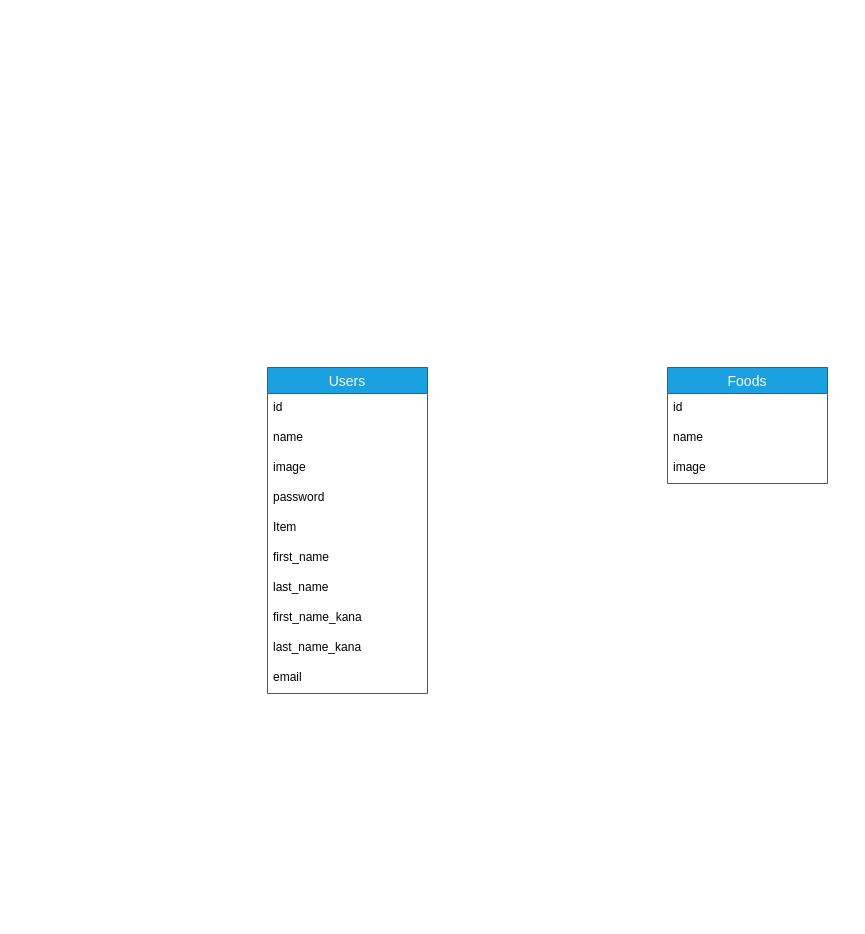
This is DB.dio from kiiii8r/Cooking_memo, a draw.io file, before an edit. Source tidied: cells renumbered, new cells numbered last; positions are measured from the earlier drawing's top-left corner, leaving out a move shared by most shapes. Both pictures are drawn from the tidied source at 100%, with x=0, y=0 at pixel (267, 367).
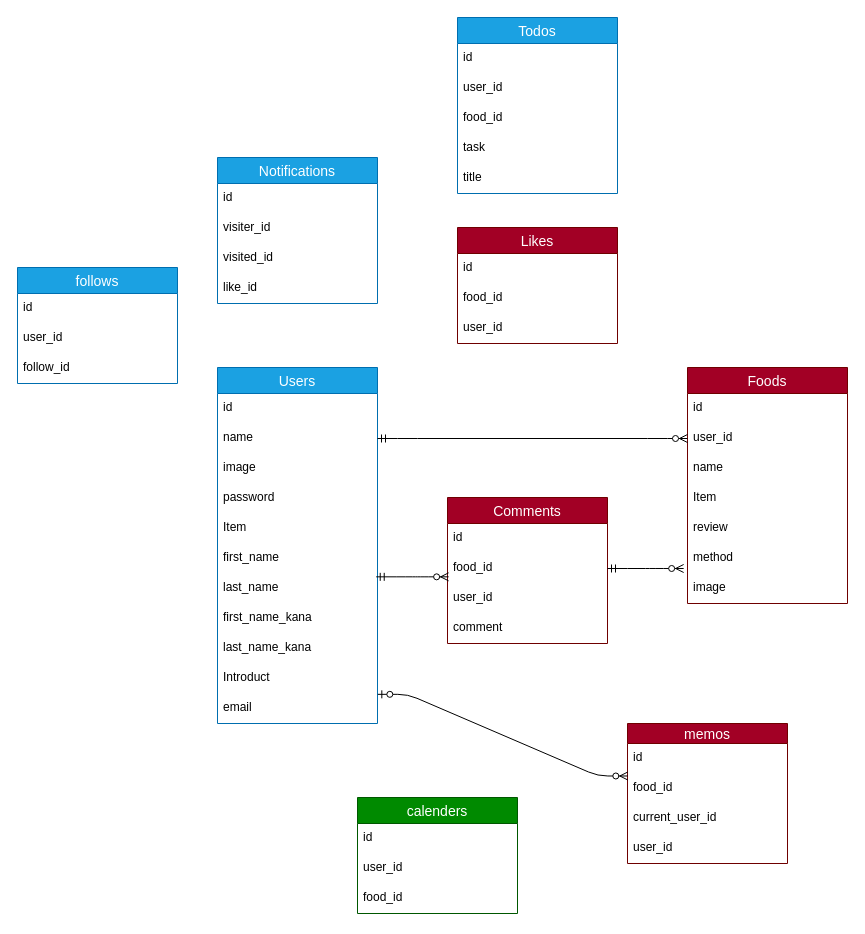
The same page after the edit.

The change refers to these unchanged cells:
```xml
<mxCell id="4" value="name" style="text;strokeColor=none;fillColor=none;spacingLeft=4;spacingRight=4;overflow=hidden;points=[[0,0.5],[1,0.5]];portConstraint=eastwest;fontSize=12;" parent="2" vertex="1">
  <mxGeometry y="56" width="160" height="30" as="geometry" />
</mxCell>
<mxCell id="9" value="last_name" style="text;strokeColor=none;fillColor=none;spacingLeft=4;spacingRight=4;overflow=hidden;points=[[0,0.5],[1,0.5]];portConstraint=eastwest;fontSize=12;" parent="2" vertex="1">
  <mxGeometry y="206" width="160" height="30" as="geometry" />
</mxCell>
```

The edit, as a diff of the source:
```diff
@@
     <mxCell id="2" value="Users" style="swimlane;fontStyle=0;horizontal=1;startSize=26;align=center;fontSize=14;fillColor=#1ba1e2;strokeColor=#006EAF;fontColor=#ffffff;" parent="1" vertex="1">
-      <mxGeometry width="160" height="326" as="geometry" />
+      <mxGeometry x="-50" width="160" height="356" as="geometry" />
     </mxCell>
@@
+    <mxCell id="17" value="Introduct" style="text;strokeColor=none;fillColor=none;spacingLeft=4;spacingRight=4;overflow=hidden;fontSize=12;" parent="2" vertex="1">
+      <mxGeometry y="296" width="160" height="30" as="geometry" />
+    </mxCell>
     <mxCell id="12" value="email" style="text;strokeColor=none;fillColor=none;spacingLeft=4;spacingRight=4;overflow=hidden;points=[[0,0.5],[1,0.5]];portConstraint=eastwest;fontSize=12;" parent="2" vertex="1">
-      <mxGeometry y="296" width="160" height="30" as="geometry" />
+      <mxGeometry y="326" width="160" height="30" as="geometry" />
     </mxCell>
-    <mxCell id="13" value="Foods" style="swimlane;fontStyle=0;horizontal=1;startSize=26;align=center;fontSize=14;fillColor=#1ba1e2;strokeColor=#006EAF;fontColor=#ffffff;" parent="1" vertex="1">
-      <mxGeometry x="400" width="160" height="116" as="geometry" />
+    <mxCell id="13" value="Foods" style="swimlane;fontStyle=0;horizontal=1;startSize=26;align=center;fontSize=14;fillColor=#a20025;strokeColor=#6F0000;fontColor=#ffffff;" parent="1" vertex="1">
+      <mxGeometry x="420" width="160" height="236" as="geometry" />
     </mxCell>
@@
+    <mxCell id="18" value="user_id" style="text;strokeColor=none;fillColor=none;spacingLeft=4;spacingRight=4;overflow=hidden;points=[[0,0.5],[1,0.5]];portConstraint=eastwest;fontSize=12;" parent="13" vertex="1">
+      <mxGeometry y="56" width="160" height="30" as="geometry" />
+    </mxCell>
     <mxCell id="15" value="name" style="text;strokeColor=none;fillColor=none;spacingLeft=4;spacingRight=4;overflow=hidden;fontSize=12;" parent="13" vertex="1">
-      <mxGeometry y="56" width="160" height="30" as="geometry" />
+      <mxGeometry y="86" width="160" height="30" as="geometry" />
     </mxCell>
+    <mxCell id="19" value="Item" style="text;strokeColor=none;fillColor=none;spacingLeft=4;spacingRight=4;overflow=hidden;fontSize=12;" parent="13" vertex="1">
+      <mxGeometry y="116" width="160" height="30" as="geometry" />
+    </mxCell>
+    <mxCell id="20" value="review" style="text;strokeColor=none;fillColor=none;spacingLeft=4;spacingRight=4;overflow=hidden;fontSize=12;" parent="13" vertex="1">
+      <mxGeometry y="146" width="160" height="30" as="geometry" />
+    </mxCell>
+    <mxCell id="21" value="method" style="text;strokeColor=none;fillColor=none;spacingLeft=4;spacingRight=4;overflow=hidden;points=[[0,0.5],[1,0.5]];portConstraint=eastwest;fontSize=12;" parent="13" vertex="1">
+      <mxGeometry y="176" width="160" height="30" as="geometry" />
+    </mxCell>
     <mxCell id="16" value="image" style="text;strokeColor=none;fillColor=none;spacingLeft=4;spacingRight=4;overflow=hidden;fontSize=12;" parent="13" vertex="1">
-      <mxGeometry y="86" width="160" height="30" as="geometry" />
+      <mxGeometry y="206" width="160" height="30" as="geometry" />
     </mxCell>
+    <mxCell id="22" value="Comments" style="swimlane;fontStyle=0;horizontal=1;startSize=26;align=center;fontSize=14;fillColor=#a20025;strokeColor=#6F0000;fontColor=#ffffff;" parent="1" vertex="1">
+      <mxGeometry x="180" y="130" width="160" height="146" as="geometry" />
+    </mxCell>
+    <mxCell id="23" value="id" style="text;strokeColor=none;fillColor=none;spacingLeft=4;spacingRight=4;overflow=hidden;fontSize=12;" parent="22" vertex="1">
+      <mxGeometry y="26" width="160" height="30" as="geometry" />
+    </mxCell>
+    <mxCell id="24" value="food_id" style="text;strokeColor=none;fillColor=none;spacingLeft=4;spacingRight=4;overflow=hidden;points=[[0,0.5],[1,0.5]];portConstraint=eastwest;fontSize=12;" parent="22" vertex="1">
+      <mxGeometry y="56" width="160" height="30" as="geometry" />
+    </mxCell>
+    <mxCell id="25" value="user_id" style="text;strokeColor=none;fillColor=none;spacingLeft=4;spacingRight=4;overflow=hidden;fontSize=12;" parent="22" vertex="1">
+      <mxGeometry y="86" width="160" height="30" as="geometry" />
+    </mxCell>
+    <mxCell id="26" value="comment" style="text;strokeColor=none;fillColor=none;spacingLeft=4;spacingRight=4;overflow=hidden;fontSize=12;" parent="22" vertex="1">
+      <mxGeometry y="116" width="160" height="30" as="geometry" />
+    </mxCell>
+    <mxCell id="27" value="Todos" style="swimlane;fontStyle=0;horizontal=1;startSize=26;align=center;fontSize=14;fillColor=#1ba1e2;strokeColor=#006EAF;fontColor=#ffffff;" parent="1" vertex="1">
+      <mxGeometry x="190" y="-350" width="160" height="176" as="geometry" />
+    </mxCell>
+    <mxCell id="28" value="id" style="text;strokeColor=none;fillColor=none;spacingLeft=4;spacingRight=4;overflow=hidden;fontSize=12;" parent="27" vertex="1">
+      <mxGeometry y="26" width="160" height="30" as="geometry" />
+    </mxCell>
+    <mxCell id="29" value="user_id" style="text;strokeColor=none;fillColor=none;spacingLeft=4;spacingRight=4;overflow=hidden;fontSize=12;" parent="27" vertex="1">
+      <mxGeometry y="56" width="160" height="30" as="geometry" />
+    </mxCell>
+    <mxCell id="30" value="food_id" style="text;strokeColor=none;fillColor=none;spacingLeft=4;spacingRight=4;overflow=hidden;fontSize=12;" parent="27" vertex="1">
+      <mxGeometry y="86" width="160" height="30" as="geometry" />
+    </mxCell>
+    <mxCell id="31" value="task" style="text;strokeColor=none;fillColor=none;spacingLeft=4;spacingRight=4;overflow=hidden;fontSize=12;" parent="27" vertex="1">
+      <mxGeometry y="116" width="160" height="30" as="geometry" />
+    </mxCell>
+    <mxCell id="32" value="title" style="text;strokeColor=none;fillColor=none;spacingLeft=4;spacingRight=4;overflow=hidden;fontSize=12;" parent="27" vertex="1">
+      <mxGeometry y="146" width="160" height="30" as="geometry" />
+    </mxCell>
+    <mxCell id="33" value="memos" style="swimlane;fontStyle=0;horizontal=1;startSize=20;align=center;fontSize=14;fillColor=#a20025;strokeColor=#6F0000;fontColor=#ffffff;" parent="1" vertex="1">
+      <mxGeometry x="360" y="356" width="160" height="140" as="geometry" />
+    </mxCell>
+    <mxCell id="34" value="id" style="text;strokeColor=none;fillColor=none;spacingLeft=4;spacingRight=4;overflow=hidden;points=[[0,0.5],[1,0.5]];portConstraint=eastwest;fontSize=12;" parent="33" vertex="1">
+      <mxGeometry y="20" width="160" height="30" as="geometry" />
+    </mxCell>
+    <mxCell id="35" value="food_id" style="text;strokeColor=none;fillColor=none;spacingLeft=4;spacingRight=4;overflow=hidden;fontSize=12;" parent="33" vertex="1">
+      <mxGeometry y="50" width="160" height="30" as="geometry" />
+    </mxCell>
+    <mxCell id="36" value="current_user_id" style="text;strokeColor=none;fillColor=none;spacingLeft=4;spacingRight=4;overflow=hidden;fontSize=12;" parent="33" vertex="1">
+      <mxGeometry y="80" width="160" height="30" as="geometry" />
+    </mxCell>
+    <mxCell id="37" value="user_id" style="text;strokeColor=none;fillColor=none;spacingLeft=4;spacingRight=4;overflow=hidden;fontSize=12;" parent="33" vertex="1">
+      <mxGeometry y="110" width="160" height="30" as="geometry" />
+    </mxCell>
+    <mxCell id="38" value="Notifications" style="swimlane;fontStyle=0;horizontal=1;startSize=26;align=center;fontSize=14;fillColor=#1ba1e2;strokeColor=#006EAF;fontColor=#ffffff;" parent="1" vertex="1">
+      <mxGeometry x="-50" y="-210" width="160" height="146" as="geometry" />
+    </mxCell>
+    <mxCell id="39" value="id" style="text;strokeColor=none;fillColor=none;spacingLeft=4;spacingRight=4;overflow=hidden;fontSize=12;" parent="38" vertex="1">
+      <mxGeometry y="26" width="160" height="30" as="geometry" />
+    </mxCell>
+    <mxCell id="40" value="visiter_id" style="text;strokeColor=none;fillColor=none;spacingLeft=4;spacingRight=4;overflow=hidden;fontSize=12;" parent="38" vertex="1">
+      <mxGeometry y="56" width="160" height="30" as="geometry" />
+    </mxCell>
+    <mxCell id="41" value="visited_id" style="text;strokeColor=none;fillColor=none;spacingLeft=4;spacingRight=4;overflow=hidden;fontSize=12;" parent="38" vertex="1">
+      <mxGeometry y="86" width="160" height="30" as="geometry" />
+    </mxCell>
+    <mxCell id="42" value="like_id" style="text;strokeColor=none;fillColor=none;spacingLeft=4;spacingRight=4;overflow=hidden;fontSize=12;" parent="38" vertex="1">
+      <mxGeometry y="116" width="160" height="30" as="geometry" />
+    </mxCell>
+    <mxCell id="43" value="Likes" style="swimlane;fontStyle=0;horizontal=1;startSize=26;align=center;fontSize=14;fillColor=#a20025;strokeColor=#6F0000;fontColor=#ffffff;" parent="1" vertex="1">
+      <mxGeometry x="190" y="-140" width="160" height="116" as="geometry" />
+    </mxCell>
+    <mxCell id="44" value="id" style="text;strokeColor=none;fillColor=none;spacingLeft=4;spacingRight=4;overflow=hidden;fontSize=12;" parent="43" vertex="1">
+      <mxGeometry y="26" width="160" height="30" as="geometry" />
+    </mxCell>
+    <mxCell id="45" value="food_id" style="text;strokeColor=none;fillColor=none;spacingLeft=4;spacingRight=4;overflow=hidden;fontSize=12;" parent="43" vertex="1">
+      <mxGeometry y="56" width="160" height="30" as="geometry" />
+    </mxCell>
+    <mxCell id="46" value="user_id" style="text;strokeColor=none;fillColor=none;spacingLeft=4;spacingRight=4;overflow=hidden;fontSize=12;" parent="43" vertex="1">
+      <mxGeometry y="86" width="160" height="30" as="geometry" />
+    </mxCell>
+    <mxCell id="47" value="follows" style="swimlane;fontStyle=0;horizontal=1;startSize=26;align=center;fontSize=14;fillColor=#1ba1e2;strokeColor=#006EAF;fontColor=#ffffff;" parent="1" vertex="1">
+      <mxGeometry x="-250" y="-100" width="160" height="116" as="geometry" />
+    </mxCell>
+    <mxCell id="48" value="id" style="text;strokeColor=none;fillColor=none;spacingLeft=4;spacingRight=4;overflow=hidden;fontSize=12;" parent="47" vertex="1">
+      <mxGeometry y="26" width="160" height="30" as="geometry" />
+    </mxCell>
+    <mxCell id="49" value="user_id" style="text;strokeColor=none;fillColor=none;spacingLeft=4;spacingRight=4;overflow=hidden;fontSize=12;" parent="47" vertex="1">
+      <mxGeometry y="56" width="160" height="30" as="geometry" />
+    </mxCell>
+    <mxCell id="50" value="follow_id" style="text;strokeColor=none;fillColor=none;spacingLeft=4;spacingRight=4;overflow=hidden;fontSize=12;" parent="47" vertex="1">
+      <mxGeometry y="86" width="160" height="30" as="geometry" />
+    </mxCell>
+    <mxCell id="51" value="calenders" style="swimlane;fontStyle=0;horizontal=1;startSize=26;align=center;fontSize=14;fillColor=#008a00;strokeColor=#005700;fontColor=#ffffff;" parent="1" vertex="1">
+      <mxGeometry x="90" y="430" width="160" height="116" as="geometry" />
+    </mxCell>
+    <mxCell id="52" value="id" style="text;strokeColor=none;fillColor=none;spacingLeft=4;spacingRight=4;overflow=hidden;fontSize=12;" parent="51" vertex="1">
+      <mxGeometry y="26" width="160" height="30" as="geometry" />
+    </mxCell>
+    <mxCell id="53" value="user_id" style="text;strokeColor=none;fillColor=none;spacingLeft=4;spacingRight=4;overflow=hidden;fontSize=12;" parent="51" vertex="1">
+      <mxGeometry y="56" width="160" height="30" as="geometry" />
+    </mxCell>
+    <mxCell id="54" value="food_id" style="text;strokeColor=none;fillColor=none;spacingLeft=4;spacingRight=4;overflow=hidden;fontSize=12;" parent="51" vertex="1">
+      <mxGeometry y="86" width="160" height="30" as="geometry" />
+    </mxCell>
+    <mxCell id="55" style="edgeStyle=entityRelationEdgeStyle;fontSize=12;html=1;endArrow=ERzeroToMany;startArrow=ERmandOne;exitX=1;exitY=0.5;exitDx=0;exitDy=0;entryX=0;entryY=0.5;entryDx=0;entryDy=0;" parent="1" edge="1" source="4" target="18">
+      <mxGeometry relative="1" as="geometry" />
+    </mxCell>
+    <mxCell id="56" style="edgeStyle=entityRelationEdgeStyle;fontSize=12;html=1;endArrow=ERzeroToMany;startArrow=ERmandOne;exitX=1;exitY=0.5;exitDx=0;exitDy=0;entryX=-0.024;entryY=0.833;entryDx=0;entryDy=0;entryPerimeter=0;" parent="1" edge="1" source="24" target="21">
+      <mxGeometry relative="1" as="geometry" />
+    </mxCell>
+    <mxCell id="57" style="edgeStyle=entityRelationEdgeStyle;fontSize=12;html=1;endArrow=ERzeroToMany;startArrow=ERzeroToOne;exitX=1.002;exitY=0.028;exitDx=0;exitDy=0;exitPerimeter=0;entryX=0.002;entryY=1.083;entryDx=0;entryDy=0;entryPerimeter=0;" parent="1" edge="1" source="12" target="34">
+      <mxGeometry relative="1" as="geometry" />
+    </mxCell>
+    <mxCell id="58" value="&lt;br&gt;" style="edgeStyle=entityRelationEdgeStyle;fontSize=12;html=1;endArrow=ERzeroToMany;startArrow=ERmandOne;exitX=0.992;exitY=0.111;exitDx=0;exitDy=0;exitPerimeter=0;entryX=0.007;entryY=0.778;entryDx=0;entryDy=0;entryPerimeter=0;" parent="1" edge="1" source="9" target="24">
+      <mxGeometry x="0.03" y="59" relative="1" as="geometry" />
+    </mxCell>
```
